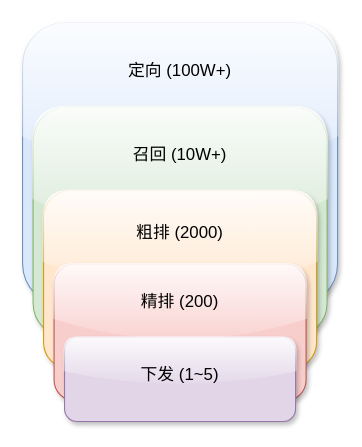
This is ad_funnel.drawio from ZiqingYip/moment, a draw.io file, before an edit. Source tidied: cells renumbered, new cells numbered last; positions are measured from the earlier drawing's top-left corner, leaving out a move shared by most shapes. Both pictures are drawn from the tidied source at 105%, with x=0, y=0 at pixel (22, 22).
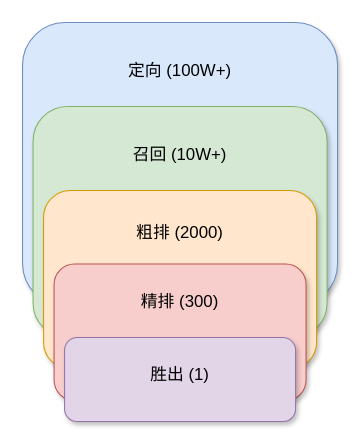
After the change.

What changed in the source:
```diff
@@
 <mxGraphModel>
   <root>
     <mxCell id="0" />
     <mxCell id="1" parent="0" />
-    <mxCell id="2" style="rounded=1;whiteSpace=wrap;html=1;fillColor=#dae8fc;strokeColor=#6c8ebf;glass=1;shadow=1;sketch=0;" parent="1" vertex="1">
+    <mxCell id="2" style="rounded=1;whiteSpace=wrap;html=1;fillColor=#dae8fc;strokeColor=#6c8ebf;glass=0;shadow=1;sketch=0;" parent="1" vertex="1">
       <mxGeometry width="300" height="270" as="geometry" />
     </mxCell>
-    <mxCell id="3" style="rounded=1;whiteSpace=wrap;html=1;fillColor=#d5e8d4;strokeColor=#82b366;glass=1;shadow=1;sketch=0;" parent="1" vertex="1">
+    <mxCell id="3" style="rounded=1;whiteSpace=wrap;html=1;fillColor=#d5e8d4;strokeColor=#82b366;glass=0;shadow=1;sketch=0;" parent="1" vertex="1">
       <mxGeometry x="10" y="80" width="280" height="220" as="geometry" />
     </mxCell>
-    <mxCell id="4" style="rounded=1;whiteSpace=wrap;html=1;fillColor=#ffe6cc;strokeColor=#d79b00;glass=1;shadow=1;sketch=0;" parent="1" vertex="1">
+    <mxCell id="4" style="rounded=1;whiteSpace=wrap;html=1;fillColor=#ffe6cc;strokeColor=#d79b00;glass=0;shadow=1;sketch=0;" parent="1" vertex="1">
       <mxGeometry x="20" y="160" width="260" height="170" as="geometry" />
     </mxCell>
-    <mxCell id="5" style="rounded=1;whiteSpace=wrap;html=1;fillColor=#f8cecc;strokeColor=#b85450;glass=1;shadow=1;sketch=0;" parent="1" vertex="1">
+    <mxCell id="5" style="rounded=1;whiteSpace=wrap;html=1;fillColor=#f8cecc;strokeColor=#b85450;glass=0;shadow=1;sketch=0;" parent="1" vertex="1">
       <mxGeometry x="30" y="230" width="240" height="130" as="geometry" />
     </mxCell>
-    <mxCell id="6" style="rounded=1;whiteSpace=wrap;html=1;fillColor=#e1d5e7;strokeColor=#9673a6;glass=1;shadow=1;sketch=0;" parent="1" vertex="1">
+    <mxCell id="6" style="rounded=1;whiteSpace=wrap;html=1;fillColor=#e1d5e7;strokeColor=#9673a6;glass=0;shadow=1;sketch=0;" parent="1" vertex="1">
       <mxGeometry x="40" y="300" width="220" height="80" as="geometry" />
     </mxCell>
-    <mxCell id="7" value="&lt;font style=&quot;font-size: 16px;&quot;&gt;定向 (100W+)&lt;/font&gt;" style="text;html=1;strokeColor=none;fillColor=none;align=center;verticalAlign=middle;whiteSpace=wrap;rounded=0;shadow=1;glass=1;sketch=0;" parent="1" vertex="1">
+    <mxCell id="7" value="&lt;font style=&quot;font-size: 16px;&quot;&gt;定向 (100W+)&lt;/font&gt;" style="text;html=1;strokeColor=none;fillColor=none;align=center;verticalAlign=middle;whiteSpace=wrap;rounded=0;shadow=1;glass=0;sketch=0;" parent="1" vertex="1">
       <mxGeometry x="90" y="30" width="120" height="30" as="geometry" />
     </mxCell>
-    <mxCell id="8" value="&lt;font style=&quot;font-size: 16px;&quot;&gt;召回 (10W+)&lt;/font&gt;" style="text;html=1;strokeColor=none;fillColor=none;align=center;verticalAlign=middle;whiteSpace=wrap;rounded=0;shadow=1;glass=1;sketch=0;" parent="1" vertex="1">
+    <mxCell id="8" value="&lt;font style=&quot;font-size: 16px;&quot;&gt;召回 (10W+)&lt;/font&gt;" style="text;html=1;strokeColor=none;fillColor=none;align=center;verticalAlign=middle;whiteSpace=wrap;rounded=0;shadow=1;glass=0;sketch=0;" parent="1" vertex="1">
       <mxGeometry x="90" y="110" width="120" height="30" as="geometry" />
     </mxCell>
-    <mxCell id="9" value="&lt;font style=&quot;font-size: 16px;&quot;&gt;粗排 (2000)&lt;/font&gt;" style="text;html=1;strokeColor=none;fillColor=none;align=center;verticalAlign=middle;whiteSpace=wrap;rounded=0;shadow=1;glass=1;sketch=0;" parent="1" vertex="1">
+    <mxCell id="9" value="&lt;font style=&quot;font-size: 16px;&quot;&gt;粗排 (2000)&lt;/font&gt;" style="text;html=1;strokeColor=none;fillColor=none;align=center;verticalAlign=middle;whiteSpace=wrap;rounded=0;shadow=1;glass=0;sketch=0;" parent="1" vertex="1">
       <mxGeometry x="90" y="185" width="120" height="30" as="geometry" />
     </mxCell>
-    <mxCell id="10" value="&lt;font style=&quot;font-size: 16px;&quot;&gt;精排 (200)&lt;/font&gt;" style="text;html=1;strokeColor=none;fillColor=none;align=center;verticalAlign=middle;whiteSpace=wrap;rounded=0;shadow=1;glass=1;sketch=0;" parent="1" vertex="1">
+    <mxCell id="10" value="&lt;font style=&quot;font-size: 16px;&quot;&gt;精排 (300)&lt;/font&gt;" style="text;html=1;strokeColor=none;fillColor=none;align=center;verticalAlign=middle;whiteSpace=wrap;rounded=0;shadow=1;glass=0;sketch=0;" parent="1" vertex="1">
       <mxGeometry x="90" y="250" width="120" height="30" as="geometry" />
     </mxCell>
-    <mxCell id="11" value="&lt;font style=&quot;font-size: 16px;&quot;&gt;下发 (1~5)&lt;/font&gt;" style="text;html=1;strokeColor=none;fillColor=none;align=center;verticalAlign=middle;whiteSpace=wrap;rounded=0;shadow=1;glass=1;sketch=0;" parent="1" vertex="1">
+    <mxCell id="11" value="&lt;font style=&quot;font-size: 16px;&quot;&gt;胜出 (1)&lt;/font&gt;" style="text;html=1;strokeColor=none;fillColor=none;align=center;verticalAlign=middle;whiteSpace=wrap;rounded=0;shadow=1;glass=0;sketch=0;" parent="1" vertex="1">
       <mxGeometry x="90" y="320" width="120" height="30" as="geometry" />
     </mxCell>
   </root>
 </mxGraphModel>
```
